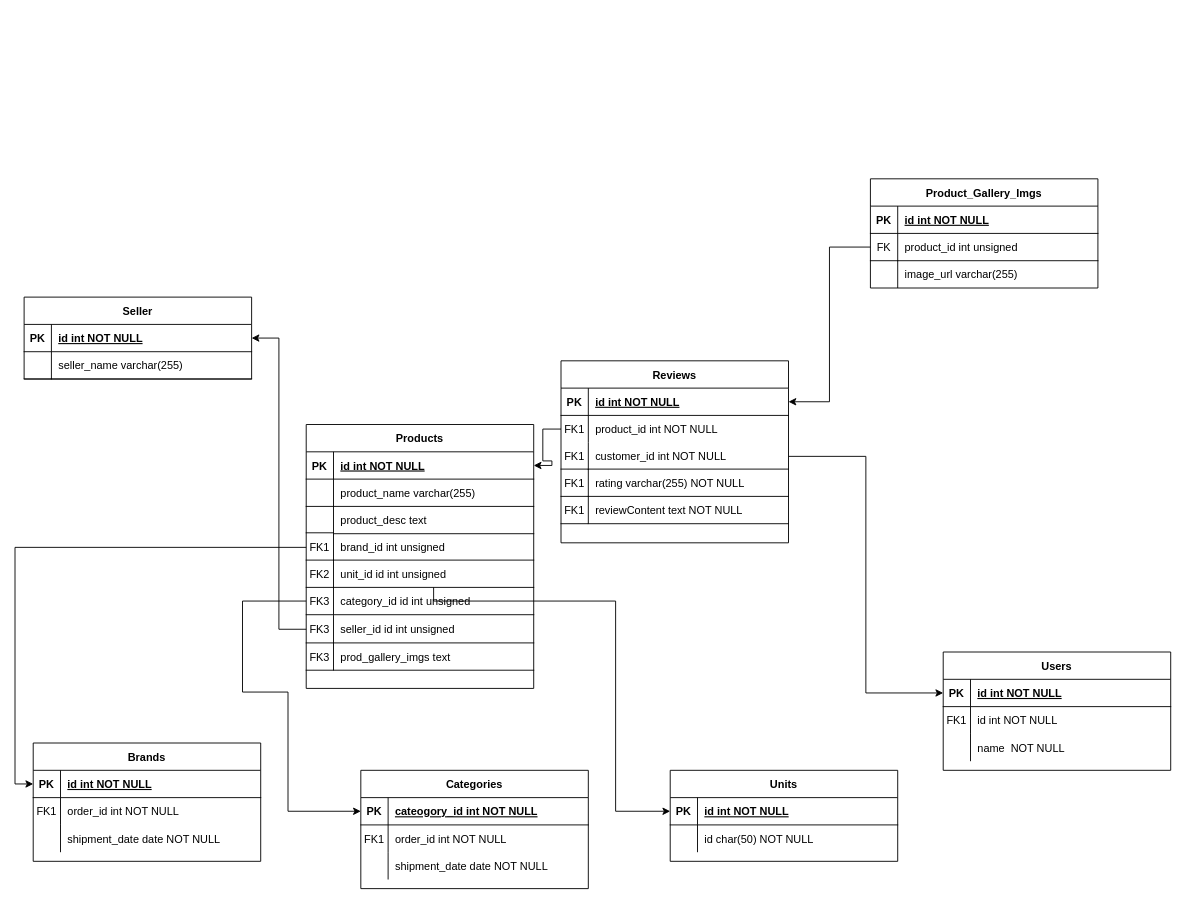
The draw.io diagram database/migrations/Untitled Diagram.drawio in yashmali408/new-laravel-project-, before the edit. Source tidied: cells renumbered, new cells numbered last; positions are measured from the earlier drawing's top-left corner, leaving out a move shared by most shapes. Both pictures are drawn from the tidied source at 91%, with x=0, y=0 at pixel (24, 178).
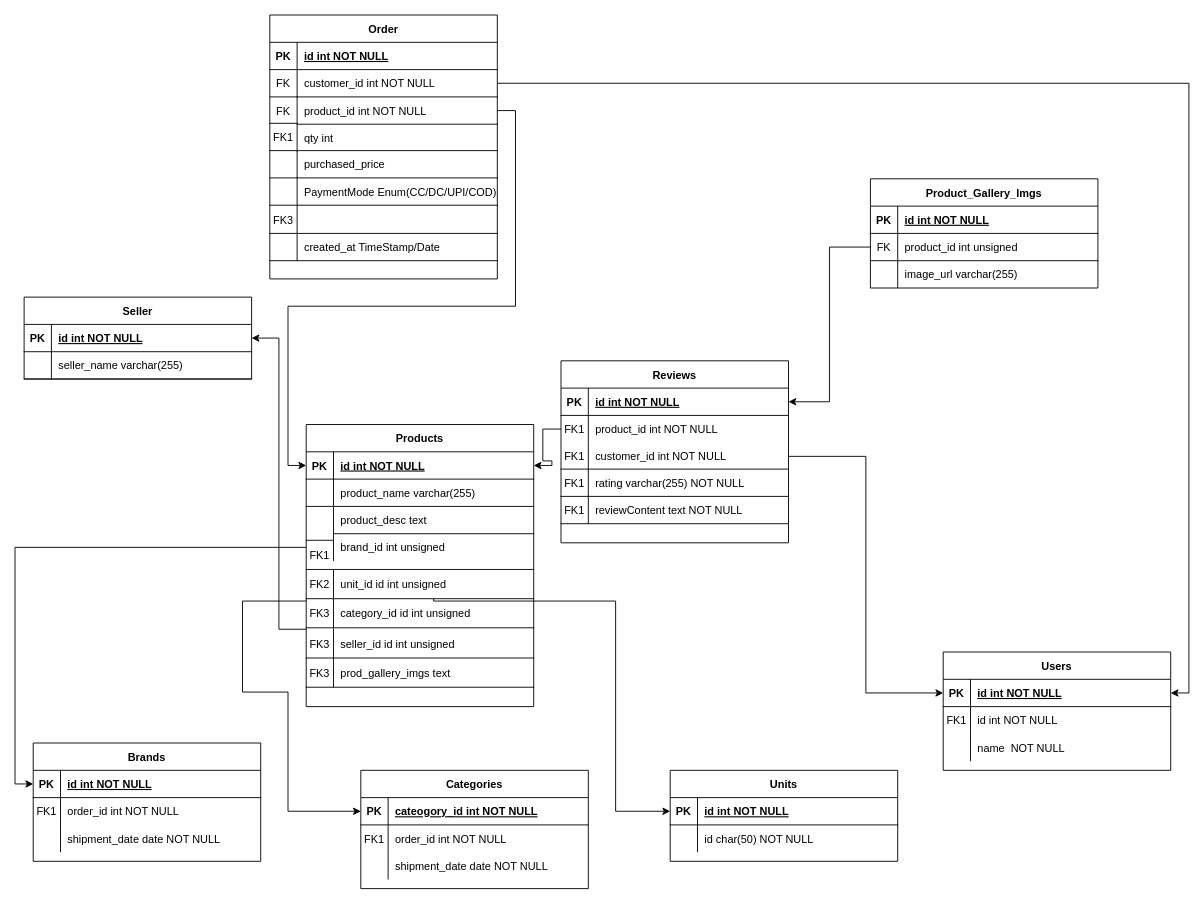
The same page after the edit.

The change refers to these unchanged cells:
```xml
<mxCell id="42" style="shape=partialRectangle;fillColor=none;points=[[0,0.5],[1,0.5]];portConstraint=eastwest;top=0;left=0;right=0;bottom=1;" parent="41" vertex="1">
  <mxGeometry y="30" width="250" height="30" as="geometry" />
</mxCell>
<mxCell id="60" style="shape=partialRectangle;fillColor=none;points=[[0,0.5],[1,0.5]];portConstraint=eastwest;top=0;left=0;right=0;bottom=1;" parent="59" vertex="1">
  <mxGeometry y="30" width="250" height="30" as="geometry" />
</mxCell>
```

The edit, as a diff of the source:
```diff
@@
     <mxCell id="31" style="group;" parent="1" vertex="1">
-      <mxGeometry x="310" y="270" width="250" height="290" as="geometry" />
+      <mxGeometry x="310" y="270" width="250" height="310" as="geometry" />
     </mxCell>
     <mxCell id="32" style="group;" parent="31" vertex="1">
-      <mxGeometry width="250" height="290" as="geometry" />
+      <mxGeometry width="250" height="310" as="geometry" />
     </mxCell>
     <mxCell id="33" style="group;" parent="32" vertex="1">
-      <mxGeometry width="250" height="290" as="geometry" />
+      <mxGeometry width="250" height="310" as="geometry" />
     </mxCell>
     <mxCell id="34" value="unit_id id int unsigned" style="shape=partialRectangle;overflow=hidden;fillColor=none;top=1;left=1;bottom=1;right=0;align=left;spacingLeft=6;labelBorderColor=none;" parent="33" vertex="1">
-      <mxGeometry x="30" y="149" width="220" height="30" as="geometry" />
+      <mxGeometry x="30" y="159.3" width="220" height="32.1" as="geometry" />
     </mxCell>
     <mxCell id="35" value="FK1" style="shape=partialRectangle;overflow=hidden;fillColor=none;top=1;left=0;bottom=0;right=0;" parent="33" vertex="1">
-      <mxGeometry y="119" width="30" height="30" as="geometry" />
+      <mxGeometry y="127.2" width="30" height="32.1" as="geometry" />
     </mxCell>
     <mxCell id="36" value="FK2" style="shape=partialRectangle;overflow=hidden;fillColor=none;top=1;left=0;bottom=1;right=0;" parent="33" vertex="1">
-      <mxGeometry y="149" width="30" height="30" as="geometry" />
+      <mxGeometry y="159.3" width="30" height="32.1" as="geometry" />
     </mxCell>
     <mxCell id="37" style="group;" parent="33" vertex="1">
-      <mxGeometry width="250" height="290" as="geometry" />
+      <mxGeometry width="250" height="310" as="geometry" />
     </mxCell>
     <mxCell id="38" value="seller_id id int unsigned" style="shape=partialRectangle;overflow=hidden;fillColor=none;top=0;left=1;bottom=1;right=0;align=left;spacingLeft=6;labelBorderColor=none;" parent="37" vertex="1">
-      <mxGeometry x="30" y="210" width="220" height="30" as="geometry" />
+      <mxGeometry x="30" y="224.5" width="220" height="32.1" as="geometry" />
     </mxCell>
     <mxCell id="39" value="FK3" style="shape=partialRectangle;overflow=hidden;fillColor=none;top=0;left=0;bottom=1;right=0;" parent="37" vertex="1">
-      <mxGeometry y="210" width="30" height="30" as="geometry" />
+      <mxGeometry y="224.5" width="30" height="32.1" as="geometry" />
     </mxCell>
     <mxCell id="40" style="group;" parent="37" vertex="1">
-      <mxGeometry width="250" height="290" as="geometry" />
+      <mxGeometry width="250" height="310" as="geometry" />
     </mxCell>
     <mxCell id="41" value="Products" style="shape=table;startSize=30;childLayout=tableLayout;rowLines=0;fontStyle=1;align=center;" parent="40" vertex="1">
-      <mxGeometry width="250" height="290" as="geometry" />
+      <mxGeometry width="250" height="310" as="geometry" />
     </mxCell>
@@
     <mxCell id="54" value="prod_gallery_imgs text" style="shape=partialRectangle;overflow=hidden;fillColor=none;top=0;left=1;bottom=1;right=0;align=left;spacingLeft=6;labelBorderColor=none;" parent="40" vertex="1">
-      <mxGeometry x="30" y="240" width="220" height="30" as="geometry" />
+      <mxGeometry x="30" y="256.6" width="220" height="32.1" as="geometry" />
     </mxCell>
     <mxCell id="55" value="FK3" style="shape=partialRectangle;overflow=hidden;fillColor=none;top=0;left=0;bottom=1;right=0;" parent="40" vertex="1">
-      <mxGeometry y="240" width="30" height="30" as="geometry" />
+      <mxGeometry y="256.6" width="30" height="32.1" as="geometry" />
     </mxCell>
     <mxCell id="56" value="category_id id int unsigned" style="shape=partialRectangle;overflow=hidden;fillColor=none;top=0;left=1;bottom=1;right=0;align=left;spacingLeft=6;labelBorderColor=none;" parent="32" vertex="1">
-      <mxGeometry x="30" y="179" width="220" height="30" as="geometry" />
+      <mxGeometry x="30" y="191.3" width="220" height="32.1" as="geometry" />
     </mxCell>
     <mxCell id="57" value="FK3" style="shape=partialRectangle;overflow=hidden;fillColor=none;top=0;left=0;bottom=1;right=0;" parent="32" vertex="1">
-      <mxGeometry y="179" width="30" height="30" as="geometry" />
+      <mxGeometry y="191.3" width="30" height="32.1" as="geometry" />
     </mxCell>
@@
+    <mxCell id="114" style="group;" parent="1" vertex="1">
+      <mxGeometry x="270" y="-180" width="250" height="290" as="geometry" />
+    </mxCell>
+    <mxCell id="115" style="group;" parent="114" vertex="1">
+      <mxGeometry width="250" height="290" as="geometry" />
+    </mxCell>
+    <mxCell id="116" value="purchased_price" style="shape=partialRectangle;overflow=hidden;fillColor=none;top=1;left=1;bottom=1;right=0;align=left;spacingLeft=6;labelBorderColor=none;" parent="115" vertex="1">
+      <mxGeometry x="30" y="149" width="220" height="30" as="geometry" />
+    </mxCell>
+    <mxCell id="117" value="FK1" style="shape=partialRectangle;overflow=hidden;fillColor=none;top=1;left=0;bottom=0;right=0;" parent="115" vertex="1">
+      <mxGeometry y="119" width="30" height="30" as="geometry" />
+    </mxCell>
+    <mxCell id="118" style="shape=partialRectangle;overflow=hidden;fillColor=none;top=1;left=0;bottom=1;right=0;" parent="115" vertex="1">
+      <mxGeometry y="149" width="30" height="30" as="geometry" />
+    </mxCell>
+    <mxCell id="119" style="group;" parent="115" vertex="1">
+      <mxGeometry width="250" height="290" as="geometry" />
+    </mxCell>
+    <mxCell id="120" style="shape=partialRectangle;overflow=hidden;fillColor=none;top=0;left=1;bottom=1;right=0;align=left;spacingLeft=6;labelBorderColor=none;" parent="119" vertex="1">
+      <mxGeometry x="30" y="210" width="220" height="30" as="geometry" />
+    </mxCell>
+    <mxCell id="121" value="FK3" style="shape=partialRectangle;overflow=hidden;fillColor=none;top=0;left=0;bottom=1;right=0;" parent="119" vertex="1">
+      <mxGeometry y="210" width="30" height="30" as="geometry" />
+    </mxCell>
+    <mxCell id="122" style="group;" parent="119" vertex="1">
+      <mxGeometry width="250" height="290" as="geometry" />
+    </mxCell>
+    <mxCell id="123" value="Order" style="shape=table;startSize=30;childLayout=tableLayout;rowLines=0;fontStyle=1;align=center;" parent="122" vertex="1">
+      <mxGeometry width="250" height="290" as="geometry" />
+    </mxCell>
+    <mxCell id="124" style="shape=partialRectangle;fillColor=none;top=0;left=0;right=0;bottom=1;" parent="123" vertex="1">
+      <mxGeometry y="30" width="250" height="30" as="geometry" />
+    </mxCell>
+    <mxCell id="125" value="PK" style="shape=partialRectangle;overflow=hidden;fillColor=none;top=0;left=0;bottom=0;right=0;fontStyle=1;" parent="124" vertex="1">
+      <mxGeometry width="30" height="30" as="geometry" />
+    </mxCell>
+    <mxCell id="126" value="id int NOT NULL " style="shape=partialRectangle;overflow=hidden;fillColor=none;top=0;left=0;bottom=0;right=0;align=left;spacingLeft=6;fontStyle=5;" parent="124" vertex="1">
+      <mxGeometry x="30" width="220" height="30" as="geometry" />
+    </mxCell>
+    <mxCell id="127" style="shape=partialRectangle;fillColor=none;points=[[0,0.5],[1,0.5]];portConstraint=eastwest;top=0;left=0;right=0;bottom=0;" parent="123" vertex="1">
+      <mxGeometry y="60" width="250" height="30" as="geometry" />
+    </mxCell>
+    <mxCell id="128" value="FK" style="shape=partialRectangle;overflow=hidden;fillColor=none;top=0;left=0;bottom=0;right=0;" parent="127" vertex="1">
+      <mxGeometry width="30" height="30" as="geometry" />
+    </mxCell>
+    <mxCell id="129" value="customer_id int NOT NULL" style="shape=partialRectangle;overflow=hidden;fillColor=none;top=0;left=0;bottom=0;right=0;align=left;spacingLeft=6;" parent="127" vertex="1">
+      <mxGeometry x="30" width="220" height="30" as="geometry" />
+    </mxCell>
+    <mxCell id="130" style="shape=partialRectangle;fillColor=none;points=[[0,0.5],[1,0.5]];portConstraint=eastwest;top=0;left=0;right=0;bottom=0;" parent="123" vertex="1">
+      <mxGeometry y="90" width="250" height="30" as="geometry" />
+    </mxCell>
+    <mxCell id="131" value="FK" style="shape=partialRectangle;overflow=hidden;fillColor=none;top=1;left=0;bottom=0;right=0;" parent="130" vertex="1">
+      <mxGeometry width="30" height="30" as="geometry" />
+    </mxCell>
+    <mxCell id="132" value="product_id int NOT NULL" style="shape=partialRectangle;overflow=hidden;fillColor=none;top=1;left=0;bottom=0;right=0;align=left;spacingLeft=6;" parent="130" vertex="1">
+      <mxGeometry x="30" width="220" height="30" as="geometry" />
+    </mxCell>
+    <mxCell id="133" style="shape=partialRectangle;fillColor=none;top=0;left=0;right=0;bottom=0;" parent="123" vertex="1">
+      <mxGeometry y="120" width="250" height="30" as="geometry" />
+    </mxCell>
+    <mxCell id="134" style="shape=partialRectangle;overflow=hidden;fillColor=none;top=0;left=0;bottom=0;right=0;" parent="133" vertex="1">
+      <mxGeometry width="30" height="30" as="geometry" />
+    </mxCell>
+    <mxCell id="135" value="qty int" style="shape=partialRectangle;overflow=hidden;fillColor=none;top=1;left=0;bottom=0;right=0;align=left;spacingLeft=6;" parent="133" vertex="1">
+      <mxGeometry x="30" width="220" height="30" as="geometry" />
+    </mxCell>
+    <mxCell id="136" value="created_at TimeStamp/Date" style="shape=partialRectangle;overflow=hidden;fillColor=none;top=0;left=1;bottom=1;right=0;align=left;spacingLeft=6;labelBorderColor=none;" parent="122" vertex="1">
+      <mxGeometry x="30" y="240" width="220" height="30" as="geometry" />
+    </mxCell>
+    <mxCell id="137" style="shape=partialRectangle;overflow=hidden;fillColor=none;top=0;left=0;bottom=1;right=0;" parent="122" vertex="1">
+      <mxGeometry y="240" width="30" height="30" as="geometry" />
+    </mxCell>
+    <mxCell id="138" value="PaymentMode Enum(CC/DC/UPI/COD)" style="shape=partialRectangle;overflow=hidden;fillColor=none;top=0;left=1;bottom=1;right=0;align=left;spacingLeft=6;labelBorderColor=none;" parent="114" vertex="1">
+      <mxGeometry x="30" y="179" width="220" height="30" as="geometry" />
+    </mxCell>
+    <mxCell id="139" style="shape=partialRectangle;overflow=hidden;fillColor=none;top=0;left=0;bottom=1;right=0;" parent="114" vertex="1">
+      <mxGeometry y="179" width="30" height="30" as="geometry" />
+    </mxCell>
+    <mxCell id="140" style="edgeStyle=orthogonalEdgeStyle;rounded=0;jettySize=auto;html=1;entryX=1;entryY=0.5;entryDx=0;entryDy=0;" parent="1" edge="1" source="127" target="60">
+      <mxGeometry relative="1" as="geometry" />
+    </mxCell>
+    <mxCell id="141" style="edgeStyle=orthogonalEdgeStyle;rounded=0;jettySize=auto;html=1;entryX=0;entryY=0.5;entryDx=0;entryDy=0;" parent="1" edge="1" source="130" target="42">
+      <mxGeometry relative="1" as="geometry">
+        <Array as="points">
+          <mxPoint x="540" y="-75" />
+          <mxPoint x="540" y="140" />
+          <mxPoint x="290" y="140" />
+          <mxPoint x="290" y="315" />
+        </Array>
+      </mxGeometry>
+    </mxCell>
```
